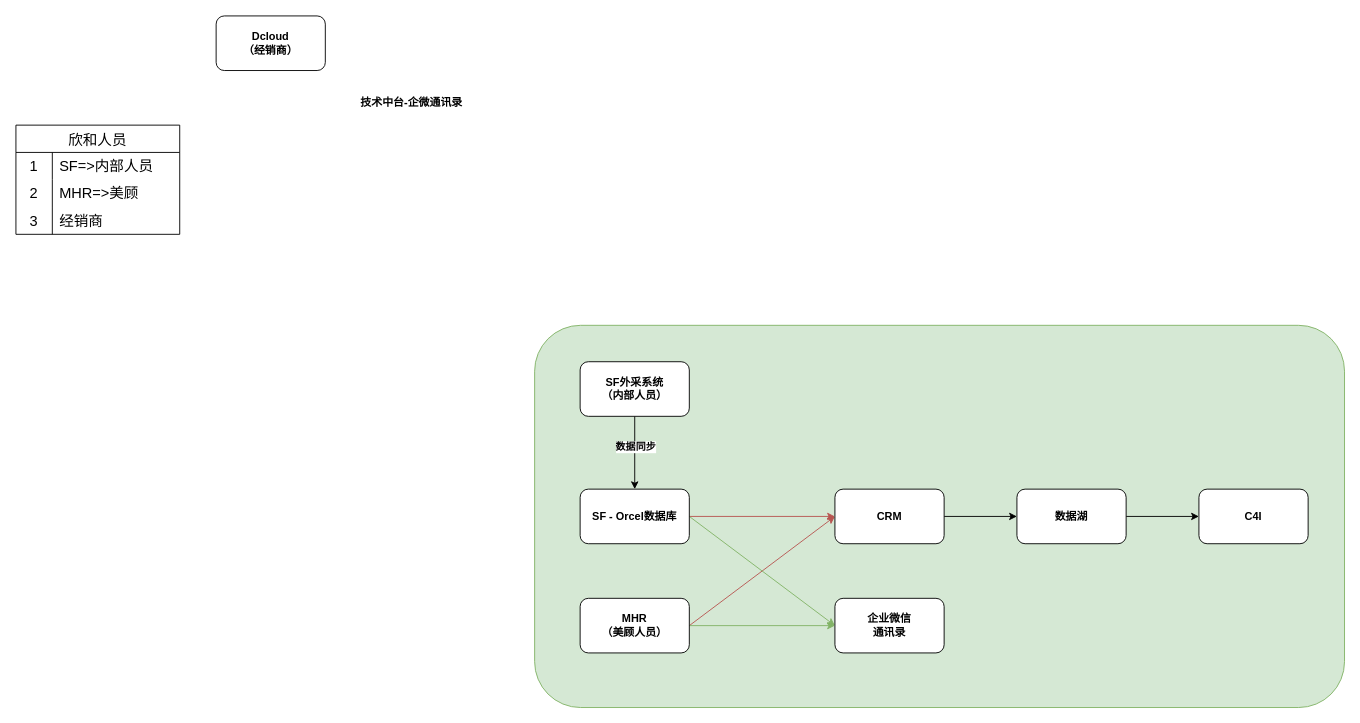
The draw.io diagram shinho/【240307】（人员）主数据归档整理.drawio in 18857545022/-, before the edit. Source tidied: cells renumbered, new cells numbered last; positions are measured from the earlier drawing's top-left corner, leaving out a move shared by most shapes. Both pictures are drawn from the tidied source at 91%, with x=0, y=0 at pixel (15, 15).
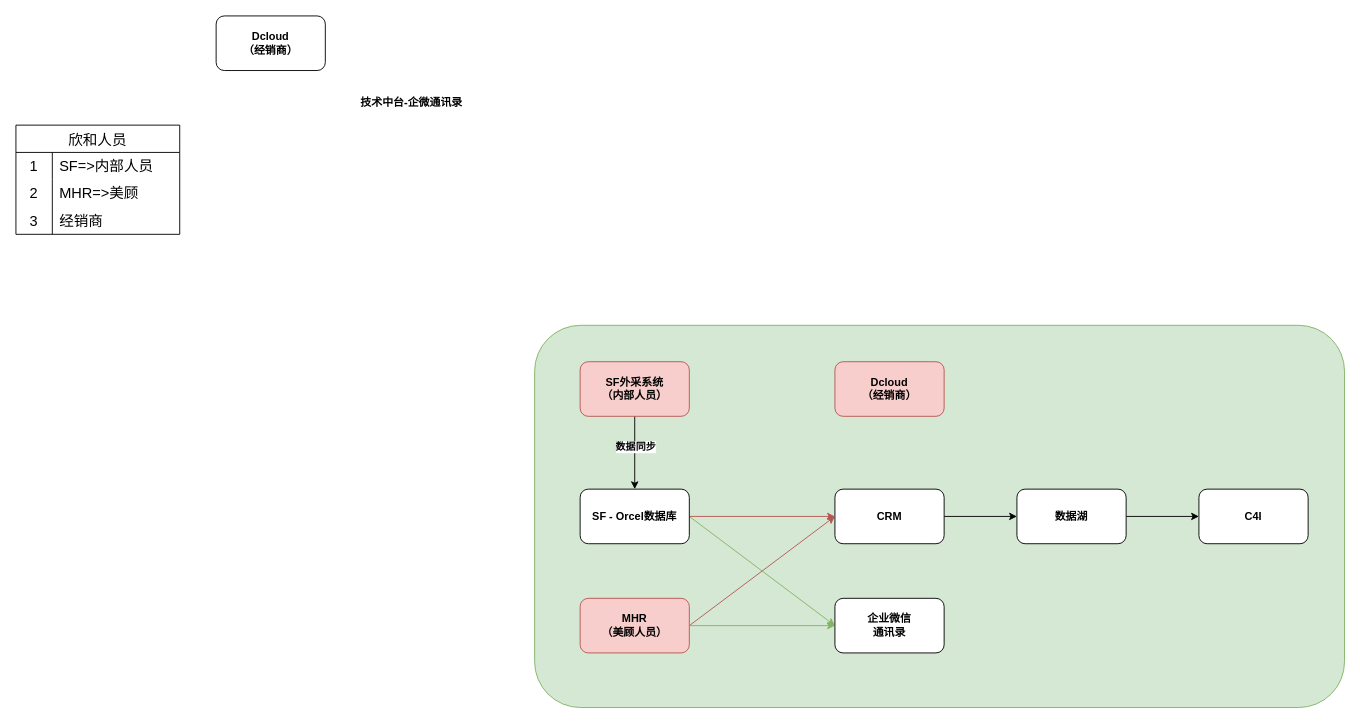
After the change.

Commit message (it also covers changes not shown here):
更新【240307】（人员）主数据归档整理.drawio

Diff of the diagram source:
```diff
@@
-    <mxCell id="15" value="SF外采系统&lt;br&gt;（内部人员）" style="rounded=1;whiteSpace=wrap;html=1;fontStyle=1;" parent="1" vertex="1">
+    <mxCell id="15" value="SF外采系统&lt;br&gt;（内部人员）" style="rounded=1;whiteSpace=wrap;html=1;fontStyle=1;fillColor=#f8cecc;strokeColor=#b85450;" parent="1" vertex="1">
       <mxGeometry x="620" y="380" width="120" height="60" as="geometry" />
     </mxCell>
@@
-    <mxCell id="18" value="MHR&lt;br&gt;（美顾人员）" style="rounded=1;whiteSpace=wrap;html=1;fontStyle=1;" parent="1" vertex="1">
+    <mxCell id="18" value="MHR&lt;br&gt;（美顾人员）" style="rounded=1;whiteSpace=wrap;html=1;fontStyle=1;fillColor=#f8cecc;strokeColor=#b85450;" parent="1" vertex="1">
       <mxGeometry x="620" y="640" width="120" height="60" as="geometry" />
     </mxCell>
@@
+    <mxCell id="30" value="Dcloud&lt;br&gt;（经销商）" style="rounded=1;whiteSpace=wrap;html=1;fontStyle=1;fillColor=#f8cecc;strokeColor=#b85450;" parent="1" vertex="1">
+      <mxGeometry x="900" y="380" width="120" height="60" as="geometry" />
+    </mxCell>
```
